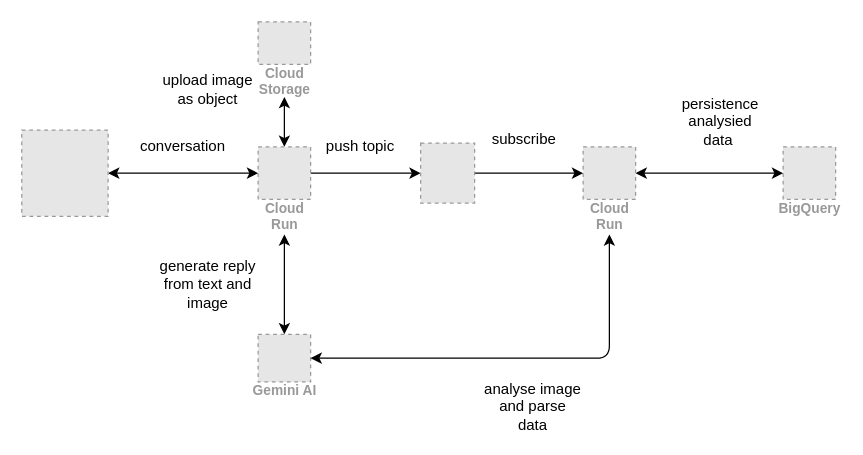
The draw.io diagram docs/infra-architecture.drawio in kyong0612/fitness-supporter, before the edit. Source tidied: cells renumbered, new cells numbered last; positions are measured from the earlier drawing's top-left corner, leaving out a move shared by most shapes. Both pictures are drawn from the tidied source at 125%, with x=0, y=0 at pixel (21, 21). Pictures stored in the file or linked from it are replaced by grey dashed boxes.
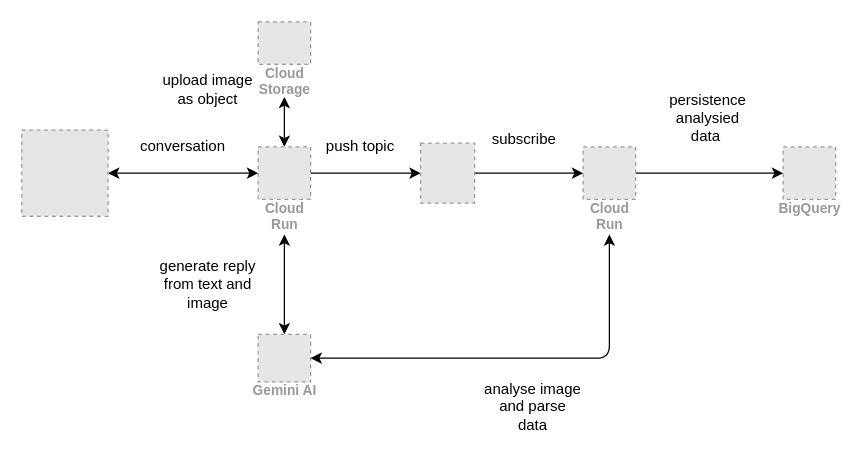
Above is the later version.

Commit message:
doc: infra-architecture

Unchanged cells that the change refers to:
```xml
<mxCell id="7" value="BigQuery" style="fillColor=#E6E6E6;strokeColor=#999999;dashed=1;html=1;verticalAlign=top;labelPosition=center;verticalLabelPosition=bottom;align=center;spacingTop=-6;fontSize=11;fontStyle=1;fontColor=#999999;" parent="1" vertex="1">
  <mxGeometry x="609" y="100" width="42" height="42" as="geometry" />
</mxCell>
<mxCell id="17" value="Cloud&#10;Run" style="fillColor=#E6E6E6;strokeColor=#999999;dashed=1;html=1;verticalAlign=top;labelPosition=center;verticalLabelPosition=bottom;align=center;spacingTop=-6;fontSize=11;fontStyle=1;fontColor=#999999;" parent="1" vertex="1">
  <mxGeometry x="449" y="100" width="42" height="42" as="geometry" />
</mxCell>
```

What changed in the source:
```diff
@@
     <mxCell id="11" value="persistence analysied data&amp;nbsp;" style="text;html=1;strokeColor=none;fillColor=none;align=center;verticalAlign=middle;whiteSpace=wrap;rounded=0;" parent="1" vertex="1">
-      <mxGeometry x="519" y="60" width="80" height="40" as="geometry" />
+      <mxGeometry x="509" y="57" width="80" height="40" as="geometry" />
     </mxCell>
@@
-    <mxCell id="16" style="edgeStyle=none;html=1;entryX=0;entryY=0.5;entryDx=0;entryDy=0;startArrow=classic;startFill=1;" parent="1" edge="1" source="17" target="7">
+    <mxCell id="16" style="edgeStyle=none;html=1;entryX=0;entryY=0.5;entryDx=0;entryDy=0;" parent="1" edge="1" source="17" target="7">
       <mxGeometry relative="1" as="geometry" />
     </mxCell>
```
